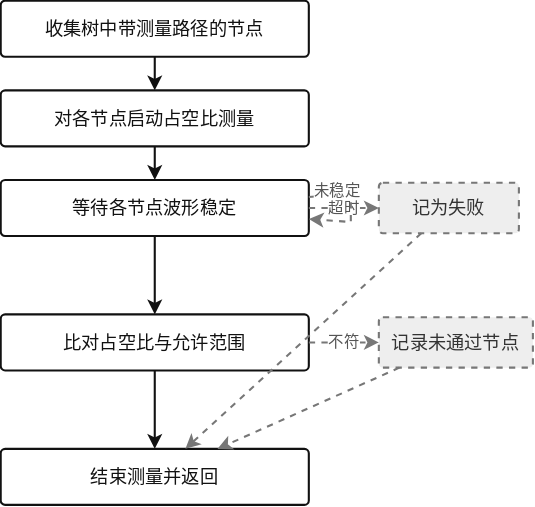
Before: src/sv/agent/clock_tree/images/check_duty_flow.drawio.svg, a diagram exported from draw.io (XiaoHui2023/templates). Source tidied: cells renumbered, new cells last; positions are measured from the earlier drawing's top-left corner, leaving out a move shared by most shapes.
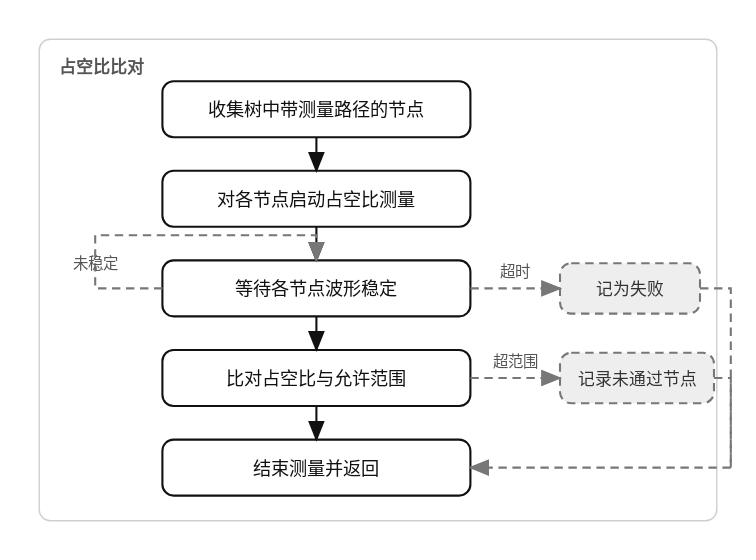
The same file after the commit.

The edit, as a diff of the source:
```diff
@@ -2,55 +2,70 @@
   <root>
     <mxCell id="0" />
     <mxCell id="1" parent="0" />
+    <mxCell id="18" value="占空比比对" style="rounded=1;whiteSpace=wrap;html=1;fillColor=#ffffff;strokeColor=#cfcfcf;fontColor=#555555;align=left;verticalAlign=top;spacingLeft=14;spacingTop=8;fontSize=12;fontStyle=1;arcSize=6;" parent="1" vertex="1">
+      <mxGeometry x="-62" y="4" width="484" height="344" as="geometry" />
+    </mxCell>
     <mxCell id="2" value="收集树中带测量路径的节点" style="rounded=1;whiteSpace=wrap;html=1;fillColor=#ffffff;strokeColor=#111111;strokeWidth=1.5;fontSize=13;fontColor=#111111;arcSize=8;align=center;verticalAlign=middle;" parent="1" vertex="1">
-      <mxGeometry width="220" height="40" as="geometry" />
+      <mxGeometry x="26" y="34" width="220" height="40" as="geometry" />
     </mxCell>
     <mxCell id="3" value="对各节点启动占空比测量" style="rounded=1;whiteSpace=wrap;html=1;fillColor=#ffffff;strokeColor=#111111;strokeWidth=1.5;fontSize=13;fontColor=#111111;arcSize=8;align=center;verticalAlign=middle;" parent="1" vertex="1">
-      <mxGeometry y="64" width="220" height="40" as="geometry" />
+      <mxGeometry x="26" y="98" width="220" height="40" as="geometry" />
     </mxCell>
     <mxCell id="4" value="等待各节点波形稳定" style="rounded=1;whiteSpace=wrap;html=1;fillColor=#ffffff;strokeColor=#111111;strokeWidth=1.5;fontSize=13;fontColor=#111111;arcSize=8;align=center;verticalAlign=middle;" parent="1" vertex="1">
-      <mxGeometry y="128" width="220" height="40" as="geometry" />
+      <mxGeometry x="26" y="162" width="220" height="40" as="geometry" />
     </mxCell>
     <mxCell id="5" value="比对占空比与允许范围" style="rounded=1;whiteSpace=wrap;html=1;fillColor=#ffffff;strokeColor=#111111;strokeWidth=1.5;fontSize=13;fontColor=#111111;arcSize=8;align=center;verticalAlign=middle;" parent="1" vertex="1">
-      <mxGeometry y="224" width="220" height="40" as="geometry" />
+      <mxGeometry x="26" y="226" width="220" height="40" as="geometry" />
     </mxCell>
     <mxCell id="6" value="结束测量并返回" style="rounded=1;whiteSpace=wrap;html=1;fillColor=#ffffff;strokeColor=#111111;strokeWidth=1.5;fontSize=13;fontColor=#111111;arcSize=8;align=center;verticalAlign=middle;" parent="1" vertex="1">
-      <mxGeometry y="320" width="220" height="40" as="geometry" />
+      <mxGeometry x="26" y="290" width="220" height="40" as="geometry" />
     </mxCell>
-    <mxCell id="7" value="记为失败" style="rounded=1;whiteSpace=wrap;html=1;fillColor=#eeeeee;strokeColor=#777777;dashed=1;strokeWidth=1.5;fontSize=13;fontColor=#333333;arcSize=8;align=center;verticalAlign=middle;" parent="1" vertex="1">
-      <mxGeometry x="270" y="130" width="100" height="36" as="geometry" />
+    <mxCell id="7" value="记为失败" style="rounded=1;whiteSpace=wrap;html=1;fillColor=#eeeeee;strokeColor=#777777;dashed=1;strokeWidth=1.5;fontSize=12;fontColor=#333333;arcSize=8;align=center;verticalAlign=middle;" parent="1" vertex="1">
+      <mxGeometry x="310" y="164" width="100" height="36" as="geometry" />
     </mxCell>
-    <mxCell id="8" value="记录未通过节点" style="rounded=1;whiteSpace=wrap;html=1;fillColor=#eeeeee;strokeColor=#777777;dashed=1;strokeWidth=1.5;fontSize=13;fontColor=#333333;arcSize=8;align=center;verticalAlign=middle;" parent="1" vertex="1">
-      <mxGeometry x="270" y="226" width="110" height="36" as="geometry" />
+    <mxCell id="8" value="记录未通过节点" style="rounded=1;whiteSpace=wrap;html=1;fillColor=#eeeeee;strokeColor=#777777;dashed=1;strokeWidth=1.5;fontSize=12;fontColor=#333333;arcSize=8;align=center;verticalAlign=middle;" parent="1" vertex="1">
+      <mxGeometry x="310" y="228" width="110" height="36" as="geometry" />
     </mxCell>
-    <mxCell id="9" style="edgeStyle=none;rounded=0;html=1;endArrow=classic;endFill=1;strokeColor=#111111;strokeWidth=1.5;fontSize=11;fontColor=#333333;" parent="1" edge="1" source="2" target="3">
+    <mxCell id="9" style="edgeStyle=orthogonalEdgeStyle;rounded=0;html=1;endArrow=classic;endFill=1;strokeColor=#111111;strokeWidth=1.5;" parent="1" edge="1" source="2" target="3">
       <mxGeometry relative="1" as="geometry" />
     </mxCell>
-    <mxCell id="10" style="edgeStyle=none;rounded=0;html=1;endArrow=classic;endFill=1;strokeColor=#111111;strokeWidth=1.5;fontSize=11;fontColor=#333333;" parent="1" edge="1" source="3" target="4">
+    <mxCell id="10" style="edgeStyle=orthogonalEdgeStyle;rounded=0;html=1;endArrow=classic;endFill=1;strokeColor=#111111;strokeWidth=1.5;" parent="1" edge="1" source="3" target="4">
       <mxGeometry relative="1" as="geometry" />
     </mxCell>
-    <mxCell id="11" style="edgeStyle=none;rounded=0;html=1;endArrow=classic;endFill=1;strokeColor=#111111;strokeWidth=1.5;fontSize=11;fontColor=#333333;" parent="1" edge="1" source="4" target="5">
+    <mxCell id="11" style="edgeStyle=orthogonalEdgeStyle;rounded=0;html=1;endArrow=classic;endFill=1;strokeColor=#111111;strokeWidth=1.5;" parent="1" edge="1" source="4" target="5">
       <mxGeometry relative="1" as="geometry" />
     </mxCell>
-    <mxCell id="12" style="edgeStyle=none;rounded=0;html=1;endArrow=classic;endFill=1;strokeColor=#111111;strokeWidth=1.5;fontSize=11;fontColor=#333333;" parent="1" edge="1" source="5" target="6">
+    <mxCell id="12" style="edgeStyle=orthogonalEdgeStyle;rounded=0;html=1;endArrow=classic;endFill=1;strokeColor=#111111;strokeWidth=1.5;" parent="1" edge="1" source="5" target="6">
       <mxGeometry relative="1" as="geometry" />
     </mxCell>
-    <mxCell id="13" value="超时" style="edgeStyle=none;rounded=0;html=1;endArrow=classic;endFill=1;strokeColor=#777777;strokeWidth=1.5;dashed=1;fontSize=11;fontColor=#555555;" parent="1" edge="1" source="4" target="7">
+    <mxCell id="13" value="超时" style="edgeStyle=orthogonalEdgeStyle;rounded=0;html=1;endArrow=classic;endFill=1;strokeColor=#777777;strokeWidth=1.5;dashed=1;fontSize=11;fontColor=#555555;" parent="1" edge="1" source="4" target="7">
       <mxGeometry relative="1" as="geometry" />
     </mxCell>
-    <mxCell id="14" value="不符" style="edgeStyle=none;rounded=0;html=1;endArrow=classic;endFill=1;strokeColor=#777777;strokeWidth=1.5;dashed=1;fontSize=11;fontColor=#555555;" parent="1" edge="1" source="5" target="8">
+    <mxCell id="14" value="超范围" style="edgeStyle=orthogonalEdgeStyle;rounded=0;html=1;endArrow=classic;endFill=1;strokeColor=#777777;strokeWidth=1.5;dashed=1;fontSize=11;fontColor=#555555;" parent="1" edge="1" source="5" target="8">
       <mxGeometry relative="1" as="geometry" />
     </mxCell>
-    <mxCell id="15" style="edgeStyle=none;rounded=0;html=1;endArrow=classic;endFill=1;strokeColor=#777777;strokeWidth=1.5;dashed=1;fontSize=11;fontColor=#555555;" parent="1" edge="1" source="7" target="6">
-      <mxGeometry relative="1" as="geometry" />
+    <mxCell id="15" value="未稳定" style="edgeStyle=orthogonalEdgeStyle;rounded=0;html=1;endArrow=classic;endFill=1;strokeColor=#777777;strokeWidth=1.5;dashed=1;fontSize=11;fontColor=#555555;" parent="1" edge="1" source="4" target="4">
+      <mxGeometry relative="1" as="geometry">
+        <Array as="points">
+          <mxPoint x="-22" y="182" />
+          <mxPoint x="-22" y="144" />
+          <mxPoint x="136" y="144" />
+        </Array>
+      </mxGeometry>
     </mxCell>
-    <mxCell id="16" style="edgeStyle=none;rounded=0;html=1;endArrow=classic;endFill=1;strokeColor=#777777;strokeWidth=1.5;dashed=1;fontSize=11;fontColor=#555555;" parent="1" edge="1" source="8" target="6">
-      <mxGeometry relative="1" as="geometry" />
+    <mxCell id="16" style="edgeStyle=orthogonalEdgeStyle;rounded=0;html=1;endArrow=classic;endFill=1;strokeColor=#777777;strokeWidth=1.5;dashed=1;fontSize=11;fontColor=#555555;" parent="1" edge="1" source="7" target="6">
+      <mxGeometry relative="1" as="geometry">
+        <Array as="points">
+          <mxPoint x="432" y="182" />
+          <mxPoint x="432" y="310" />
+        </Array>
+      </mxGeometry>
     </mxCell>
-    <mxCell id="17" value="未稳定" style="edgeStyle=none;rounded=0;html=1;endArrow=classic;endFill=1;strokeColor=#777777;strokeWidth=1.5;dashed=1;fontSize=11;fontColor=#555555;" parent="1" edge="1" source="4" target="4">
-      <mxGeometry x="-0.49" y="3" relative="1" as="geometry">
+    <mxCell id="17" style="edgeStyle=orthogonalEdgeStyle;rounded=0;html=1;endArrow=classic;endFill=1;strokeColor=#777777;strokeWidth=1.5;dashed=1;fontSize=11;fontColor=#555555;" parent="1" edge="1" source="8" target="6">
+      <mxGeometry relative="1" as="geometry">
         <Array as="points">
-          <mxPoint x="250" y="156" />
+          <mxPoint x="432" y="246" />
+          <mxPoint x="432" y="310" />
         </Array>
       </mxGeometry>
     </mxCell>
```
